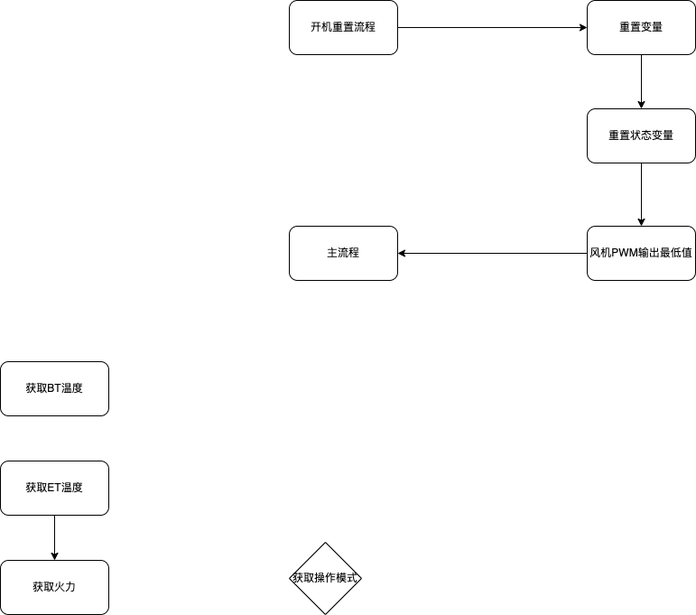
This is 流程图-参考资料/workfolw.drawio.png from sakunamary/Roaster_s7-200, a draw.io export, as it was before one commit. Source tidied: cells renumbered, new cells last; positions are measured from the earlier drawing's top-left corner, leaving out a move shared by most shapes.
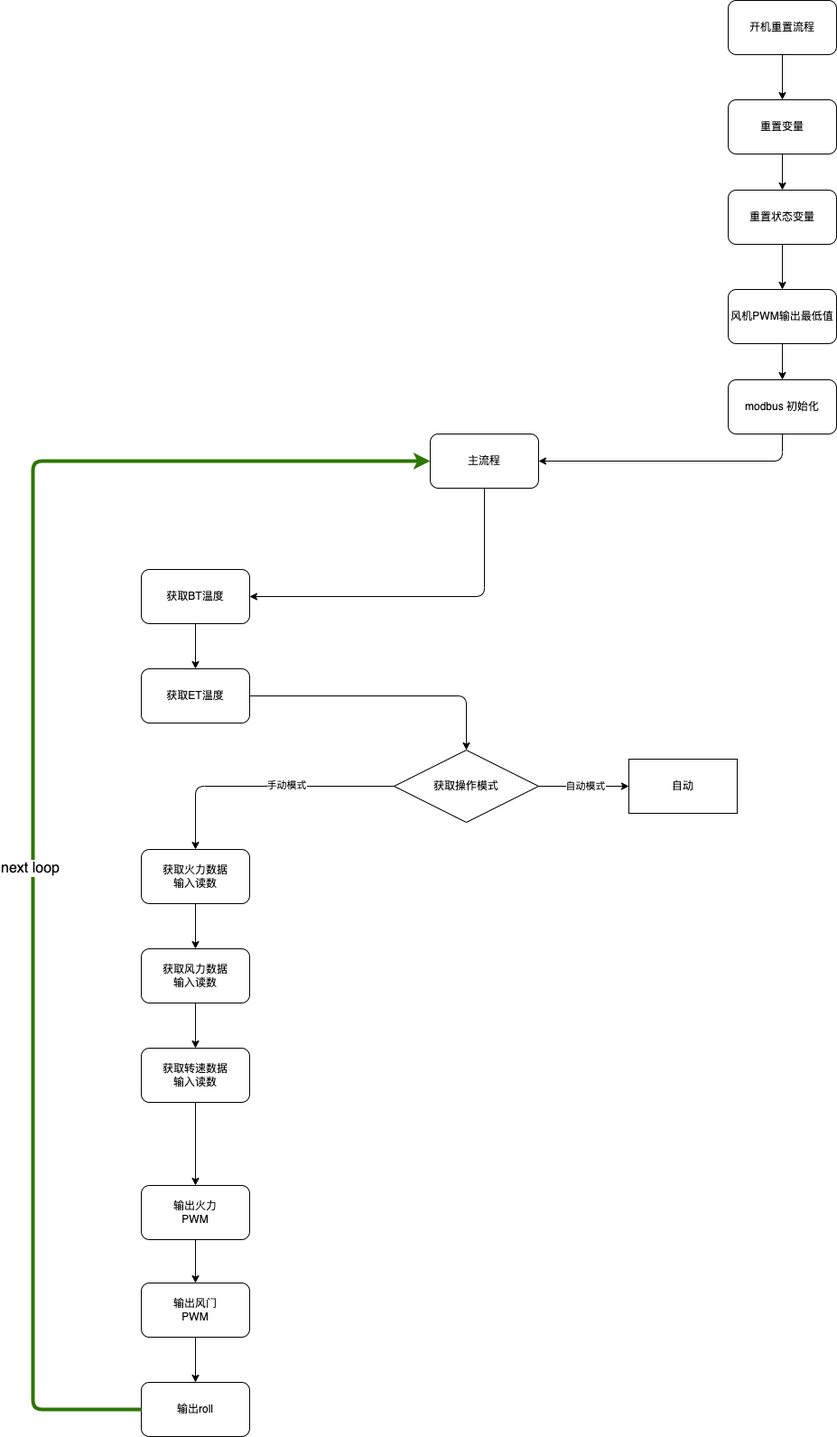
Later version of the same file.

The edit, as a diff of the source:
```diff
@@ -6,43 +6,127 @@
       <mxGeometry relative="1" as="geometry" />
     </mxCell>
     <mxCell id="3" value="开机重置流程" style="rounded=1;whiteSpace=wrap;html=1;" parent="1" vertex="1">
-      <mxGeometry x="320" width="120" height="60" as="geometry" />
+      <mxGeometry x="650" y="-230" width="120" height="60" as="geometry" />
     </mxCell>
     <mxCell id="4" style="edgeStyle=none;html=1;" parent="1" edge="1" source="5" target="7">
       <mxGeometry relative="1" as="geometry" />
     </mxCell>
     <mxCell id="5" value="重置变量" style="whiteSpace=wrap;html=1;rounded=1;" parent="1" vertex="1">
-      <mxGeometry x="650" width="120" height="60" as="geometry" />
+      <mxGeometry x="650" y="-120" width="120" height="60" as="geometry" />
     </mxCell>
     <mxCell id="6" style="edgeStyle=none;html=1;" parent="1" edge="1" source="7" target="9">
       <mxGeometry relative="1" as="geometry" />
     </mxCell>
     <mxCell id="7" value="重置状态变量" style="whiteSpace=wrap;html=1;rounded=1;" parent="1" vertex="1">
-      <mxGeometry x="650" y="120" width="120" height="60" as="geometry" />
+      <mxGeometry x="650" y="-20" width="120" height="60" as="geometry" />
     </mxCell>
-    <mxCell id="8" style="edgeStyle=none;html=1;" parent="1" edge="1" source="9" target="15">
-      <mxGeometry relative="1" as="geometry" />
+    <mxCell id="8" style="edgeStyle=none;html=1;exitX=0.5;exitY=1;exitDx=0;exitDy=0;" parent="1" edge="1" source="24" target="15">
+      <mxGeometry relative="1" as="geometry">
+        <Array as="points">
+          <mxPoint x="710" y="280" />
+        </Array>
+      </mxGeometry>
     </mxCell>
     <mxCell id="9" value="风机PWM输出最低值" style="whiteSpace=wrap;html=1;rounded=1;" parent="1" vertex="1">
-      <mxGeometry x="650" y="250" width="120" height="60" as="geometry" />
+      <mxGeometry x="650" y="90" width="120" height="60" as="geometry" />
     </mxCell>
     <mxCell id="10" value="获取BT温度" style="whiteSpace=wrap;html=1;rounded=1;" parent="1" vertex="1">
       <mxGeometry y="400" width="120" height="60" as="geometry" />
     </mxCell>
-    <mxCell id="11" style="edgeStyle=none;html=1;" parent="1" edge="1" source="12" target="13">
-      <mxGeometry relative="1" as="geometry" />
-    </mxCell>
     <mxCell id="12" value="获取ET温度" style="whiteSpace=wrap;html=1;rounded=1;" parent="1" vertex="1">
       <mxGeometry y="510" width="120" height="60" as="geometry" />
     </mxCell>
+    <mxCell id="16" style="edgeStyle=none;html=1;" parent="1" edge="1" source="13" target="27">
+      <mxGeometry relative="1" as="geometry" />
+    </mxCell>
-    <mxCell id="13" value="获取火力" style="whiteSpace=wrap;html=1;rounded=1;" parent="1" vertex="1">
-      <mxGeometry y="620" width="120" height="60" as="geometry" />
+    <mxCell id="13" value="获取火力数据&lt;br&gt;输入读数" style="whiteSpace=wrap;html=1;rounded=1;" parent="1" vertex="1">
+      <mxGeometry y="710" width="120" height="60" as="geometry" />
     </mxCell>
+    <mxCell id="17" style="edgeStyle=none;jumpSize=10;html=1;strokeWidth=1;" parent="1" edge="1" source="14" target="37">
+      <mxGeometry relative="1" as="geometry" />
+    </mxCell>
+    <mxCell id="18" value="自动模式" style="edgeLabel;html=1;align=center;verticalAlign=middle;" parent="17" vertex="1">
+      <mxGeometry x="0.02" y="1" relative="1" as="geometry" />
+    </mxCell>
     <mxCell id="14" value="获取操作模式" style="rhombus;whiteSpace=wrap;html=1;" parent="1" vertex="1">
-      <mxGeometry x="320" y="600" width="80" height="80" as="geometry" />
+      <mxGeometry x="280" y="600" width="160" height="80" as="geometry" />
     </mxCell>
     <mxCell id="15" value="主流程" style="whiteSpace=wrap;html=1;rounded=1;" parent="1" vertex="1">
       <mxGeometry x="320" y="250" width="120" height="60" as="geometry" />
     </mxCell>
+    <mxCell id="19" style="endArrow=classic;html=1;exitX=0.5;exitY=1;exitDx=0;exitDy=0;entryX=1;entryY=0.5;entryDx=0;entryDy=0;" parent="1" edge="1" source="15" target="10">
+      <mxGeometry relative="1" as="geometry">
+        <Array as="points">
+          <mxPoint x="380" y="430" />
+        </Array>
+      </mxGeometry>
+    </mxCell>
+    <mxCell id="20" style="endArrow=classic;html=1;exitX=0.5;exitY=1;exitDx=0;exitDy=0;entryX=0.5;entryY=0;entryDx=0;entryDy=0;" parent="1" edge="1" source="10" target="12">
+      <mxGeometry relative="1" as="geometry" />
+    </mxCell>
+    <mxCell id="21" style="endArrow=classic;html=1;exitX=1;exitY=0.5;exitDx=0;exitDy=0;entryX=0.5;entryY=0;entryDx=0;entryDy=0;" parent="1" edge="1" source="12" target="14">
+      <mxGeometry relative="1" as="geometry">
+        <Array as="points">
+          <mxPoint x="360" y="540" />
+        </Array>
+      </mxGeometry>
+    </mxCell>
+    <mxCell id="22" style="endArrow=classic;html=1;exitX=0;exitY=0.5;exitDx=0;exitDy=0;entryX=0.5;entryY=0;entryDx=0;entryDy=0;" parent="1" edge="1" source="14" target="13">
+      <mxGeometry relative="1" as="geometry">
+        <Array as="points">
+          <mxPoint x="60" y="640" />
+        </Array>
+      </mxGeometry>
+    </mxCell>
+    <mxCell id="23" value="手动模式" style="edgeLabel;html=1;align=center;verticalAlign=middle;" parent="22" vertex="1">
+      <mxGeometry x="-0.17" y="-2" relative="1" as="geometry" />
+    </mxCell>
+    <mxCell id="24" value="modbus 初始化" style="rounded=1;whiteSpace=wrap;html=1;" parent="1" vertex="1">
+      <mxGeometry x="650" y="190" width="120" height="60" as="geometry" />
+    </mxCell>
+    <mxCell id="25" style="endArrow=classic;html=1;exitX=0.5;exitY=1;exitDx=0;exitDy=0;entryX=0.5;entryY=0;entryDx=0;entryDy=0;" parent="1" edge="1" source="9" target="24">
+      <mxGeometry relative="1" as="geometry" />
+    </mxCell>
+    <mxCell id="26" style="edgeStyle=none;html=1;" parent="1" edge="1" source="27" target="29">
+      <mxGeometry relative="1" as="geometry" />
+    </mxCell>
+    <mxCell id="27" value="获取风力数据&lt;br&gt;输入读数" style="whiteSpace=wrap;html=1;rounded=1;" parent="1" vertex="1">
+      <mxGeometry y="820" width="120" height="60" as="geometry" />
+    </mxCell>
+    <mxCell id="28" style="edgeStyle=none;html=1;" parent="1" edge="1" source="29" target="31">
+      <mxGeometry relative="1" as="geometry" />
+    </mxCell>
+    <mxCell id="29" value="获取转速数据&lt;br&gt;输入读数" style="whiteSpace=wrap;html=1;rounded=1;" parent="1" vertex="1">
+      <mxGeometry y="930" width="120" height="60" as="geometry" />
+    </mxCell>
+    <mxCell id="30" style="edgeStyle=none;html=1;" parent="1" edge="1" source="31" target="33">
+      <mxGeometry relative="1" as="geometry" />
+    </mxCell>
+    <mxCell id="31" value="输出火力&lt;br&gt;PWM" style="whiteSpace=wrap;html=1;rounded=1;" parent="1" vertex="1">
+      <mxGeometry y="1082" width="120" height="60" as="geometry" />
+    </mxCell>
+    <mxCell id="32" style="edgeStyle=none;html=1;" parent="1" edge="1" source="33" target="34">
+      <mxGeometry relative="1" as="geometry" />
+    </mxCell>
+    <mxCell id="33" value="输出风门&lt;br&gt;PWM" style="whiteSpace=wrap;html=1;rounded=1;" parent="1" vertex="1">
+      <mxGeometry y="1190" width="120" height="60" as="geometry" />
+    </mxCell>
+    <mxCell id="34" value="输出roll" style="whiteSpace=wrap;html=1;rounded=1;" parent="1" vertex="1">
+      <mxGeometry y="1300" width="120" height="60" as="geometry" />
+    </mxCell>
+    <mxCell id="35" style="endArrow=classic;html=1;exitX=0;exitY=0.5;exitDx=0;exitDy=0;entryX=0;entryY=0.5;entryDx=0;entryDy=0;fillColor=#60a917;strokeColor=#2D7600;jumpSize=10;strokeWidth=4;" parent="1" edge="1" source="34" target="15">
+      <mxGeometry relative="1" as="geometry">
+        <Array as="points">
+          <mxPoint x="-120" y="1330" />
+          <mxPoint x="-120" y="280" />
+        </Array>
+      </mxGeometry>
+    </mxCell>
+    <mxCell id="36" value="&lt;font style=&quot;font-size: 16px;&quot;&gt;&lt;font style=&quot;font-size: 16px;&quot;&gt;nex&lt;/font&gt;t loop&lt;/font&gt;" style="edgeLabel;html=1;align=center;verticalAlign=middle;" parent="35" vertex="1">
+      <mxGeometry x="-0.11" y="4" relative="1" as="geometry" />
+    </mxCell>
+    <mxCell id="37" value="自动" style="whiteSpace=wrap;html=1;" parent="1" vertex="1">
+      <mxGeometry x="540" y="610" width="120" height="60" as="geometry" />
+    </mxCell>
   </root>
 </mxGraphModel>
```
